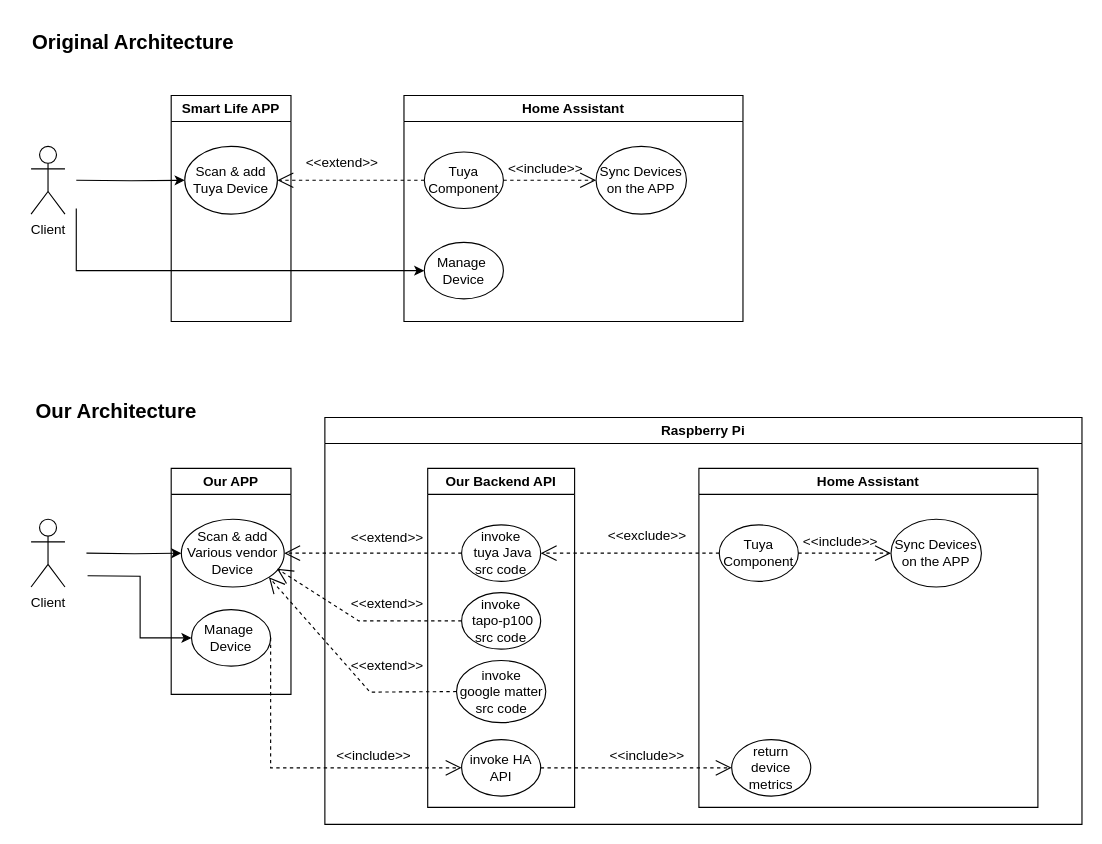
Above: doc/useCase.drawio in weiyo176/HomeAssisstantIntegration (draw.io), before the change. Source tidied: cells renumbered, new cells numbered last; positions are measured from the earlier drawing's top-left corner, leaving out a move shared by most shapes. Both pictures are drawn from the tidied source at 113%, with x=0, y=0 at pixel (19, 19).
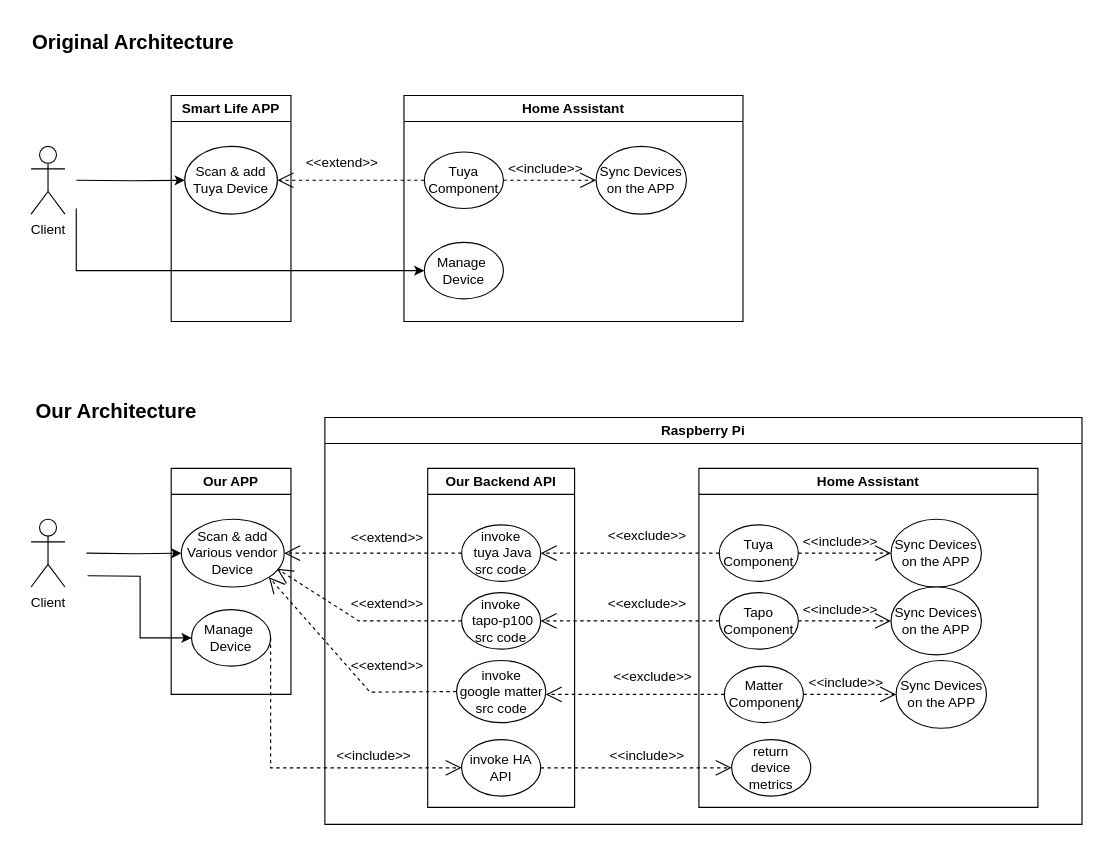
After the change.

Unchanged cells that the change refers to:
```xml
<mxCell id="33" value="Raspberry Pi" style="swimlane;whiteSpace=wrap;html=1;startSize=23;" parent="1" vertex="1">
  <mxGeometry x="270" y="352" width="670" height="360" as="geometry" />
</mxCell>
```

The edit, as a diff of the source:
```diff
@@
+    <mxCell id="47" value="Tapo Component" style="ellipse;whiteSpace=wrap;html=1;" parent="33" vertex="1">
+      <mxGeometry x="349" y="155" width="70" height="50" as="geometry" />
+    </mxCell>
+    <mxCell id="48" value="Sync Devices&lt;div&gt;on the APP&lt;/div&gt;" style="ellipse;whiteSpace=wrap;html=1;" parent="33" vertex="1">
+      <mxGeometry x="501" y="150" width="80" height="60" as="geometry" />
+    </mxCell>
+    <mxCell id="49" style="endArrow=open;endSize=12;dashed=1;html=1;rounded=0;entryX=0;entryY=0.5;entryDx=0;entryDy=0;" parent="33" edge="1" source="47" target="48">
+      <mxGeometry relative="1" as="geometry" />
+    </mxCell>
+    <mxCell id="50" value="&amp;lt;&amp;lt;include&amp;gt;&amp;gt;" style="text;html=1;align=center;verticalAlign=middle;strokeColor=none;fillColor=none;" parent="33" vertex="1">
+      <mxGeometry x="411" y="155" width="90" height="30" as="geometry" />
+    </mxCell>
+    <mxCell id="51" style="endArrow=open;endSize=12;dashed=1;html=1;rounded=0;exitX=0;exitY=0.5;exitDx=0;exitDy=0;" parent="33" edge="1" source="47">
+      <mxGeometry relative="1" as="geometry">
+        <mxPoint x="191" y="180" as="targetPoint" />
+      </mxGeometry>
+    </mxCell>
+    <mxCell id="52" value="&amp;lt;&amp;lt;exclude&amp;gt;&amp;gt;" style="text;html=1;align=center;verticalAlign=middle;strokeColor=none;fillColor=none;" parent="33" vertex="1">
+      <mxGeometry x="240" y="150" width="90" height="30" as="geometry" />
+    </mxCell>
+    <mxCell id="53" value="Matter Component" style="ellipse;whiteSpace=wrap;html=1;" parent="33" vertex="1">
+      <mxGeometry x="353.5" y="220" width="70" height="50" as="geometry" />
+    </mxCell>
+    <mxCell id="54" value="Sync Devices&lt;div&gt;on the APP&lt;/div&gt;" style="ellipse;whiteSpace=wrap;html=1;" parent="33" vertex="1">
+      <mxGeometry x="505.5" y="215" width="80" height="60" as="geometry" />
+    </mxCell>
+    <mxCell id="55" style="endArrow=open;endSize=12;dashed=1;html=1;rounded=0;entryX=0;entryY=0.5;entryDx=0;entryDy=0;" parent="33" edge="1" source="53" target="54">
+      <mxGeometry relative="1" as="geometry" />
+    </mxCell>
+    <mxCell id="56" value="&amp;lt;&amp;lt;include&amp;gt;&amp;gt;" style="text;html=1;align=center;verticalAlign=middle;strokeColor=none;fillColor=none;" parent="33" vertex="1">
+      <mxGeometry x="415.5" y="220" width="90" height="30" as="geometry" />
+    </mxCell>
+    <mxCell id="57" style="endArrow=open;endSize=12;dashed=1;html=1;rounded=0;exitX=0;exitY=0.5;exitDx=0;exitDy=0;" parent="33" edge="1" source="53">
+      <mxGeometry relative="1" as="geometry">
+        <mxPoint x="195.5" y="245" as="targetPoint" />
+      </mxGeometry>
+    </mxCell>
+    <mxCell id="58" value="&amp;lt;&amp;lt;exclude&amp;gt;&amp;gt;" style="text;html=1;align=center;verticalAlign=middle;strokeColor=none;fillColor=none;" parent="33" vertex="1">
+      <mxGeometry x="244.5" y="215" width="90" height="30" as="geometry" />
+    </mxCell>
```
